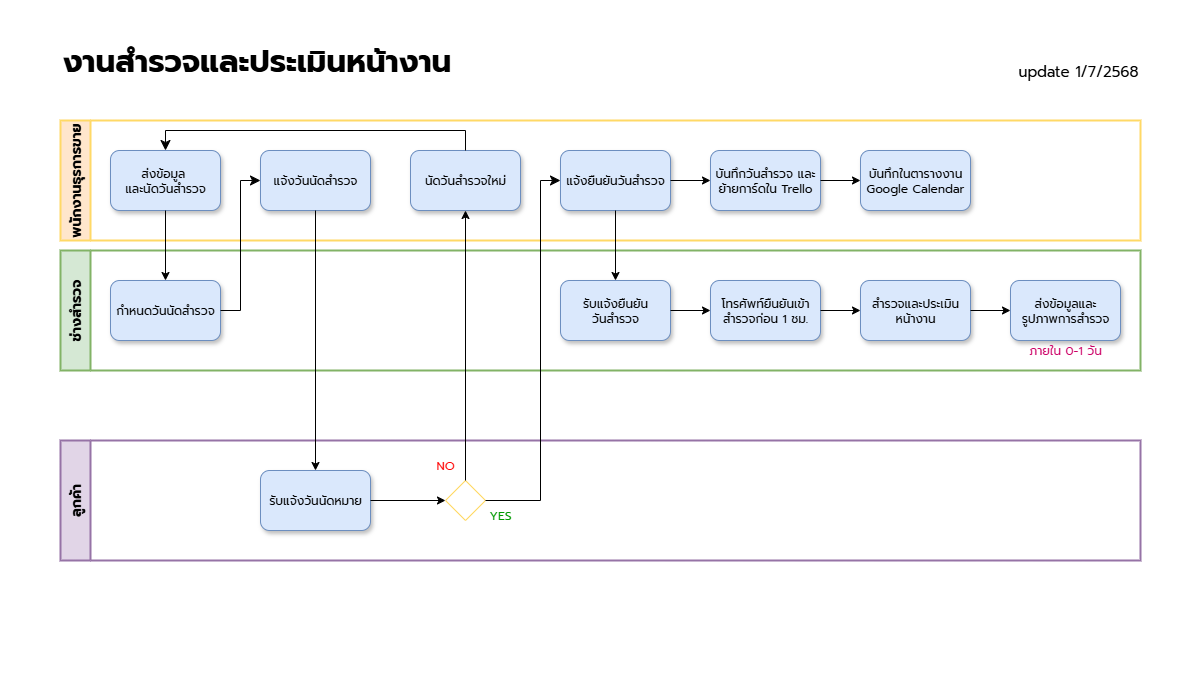
Before: m5-1.png, a diagram exported from draw.io (D-Excel/work-process). Source tidied: cells renumbered, new cells last; positions are measured from the earlier drawing's top-left corner, leaving out a move shared by most shapes.
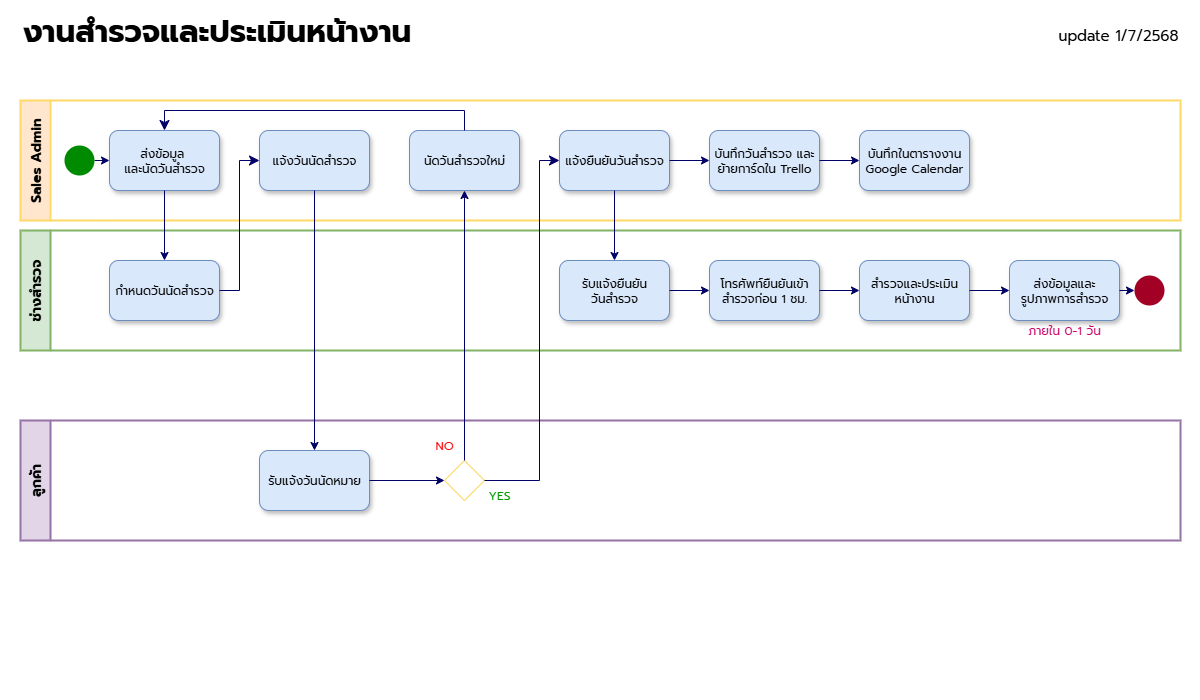
Later version of the same file.

Change to the diagram source:
```diff
@@ -3,113 +3,125 @@
     <mxCell id="0" />
     <mxCell id="1" parent="0" />
     <mxCell id="2" value="งานสำรวจและประเมินหน้างาน" style="text;html=1;align=left;verticalAlign=middle;whiteSpace=wrap;rounded=0;fontFamily=prompt;fontSource=https%3A%2F%2Ffonts.googleapis.com%2Fcss%3Ffamily%3Dprompt;fontSize=31;fontStyle=1;" parent="1" vertex="1">
-      <mxGeometry width="500" height="40" as="geometry" />
+      <mxGeometry y="-10" width="500" height="40" as="geometry" />
     </mxCell>
-    <mxCell id="3" value="&lt;font face=&quot;prompt&quot;&gt;พนักงานธุรการขาย&lt;/font&gt;" style="swimlane;horizontal=0;whiteSpace=wrap;html=1;fillColor=#ffe6cc;strokeColor=#FFD966;fontSize=14;startSize=30;strokeWidth=2;" parent="1" vertex="1">
-      <mxGeometry y="80" width="1080" height="120" as="geometry" />
+    <mxCell id="3" value="&lt;font face=&quot;prompt&quot;&gt;Sales Admin&lt;/font&gt;" style="swimlane;horizontal=0;whiteSpace=wrap;html=1;fillColor=#ffe6cc;strokeColor=#FFD966;fontSize=14;startSize=30;strokeWidth=2;" parent="1" vertex="1">
+      <mxGeometry y="80" width="1160" height="120" as="geometry" />
     </mxCell>
     <mxCell id="4" value="ส่งข้อมูล&amp;nbsp;&lt;div&gt;และนัดวันสำรวจ&lt;/div&gt;" style="rounded=1;whiteSpace=wrap;html=1;fontFamily=prompt;fontSource=https%3A%2F%2Ffonts.googleapis.com%2Fcss%3Ffamily%3Dprompt;fontStyle=0;fillColor=#dae8fc;strokeColor=#6c8ebf;shadow=1;" parent="3" vertex="1">
-      <mxGeometry x="50" y="30" width="110" height="60" as="geometry" />
+      <mxGeometry x="89" y="30" width="110" height="60" as="geometry" />
     </mxCell>
     <mxCell id="5" value="แจ้งวันนัดสำรวจ" style="rounded=1;whiteSpace=wrap;html=1;fontFamily=prompt;fontSource=https%3A%2F%2Ffonts.googleapis.com%2Fcss%3Ffamily%3Dprompt;fontStyle=0;fillColor=#dae8fc;strokeColor=#6c8ebf;shadow=1;" parent="3" vertex="1">
-      <mxGeometry x="200" y="30" width="110" height="60" as="geometry" />
+      <mxGeometry x="239" y="30" width="110" height="60" as="geometry" />
     </mxCell>
     <mxCell id="6" value="นัดวันสำรวจใหม่" style="rounded=1;whiteSpace=wrap;html=1;fontFamily=prompt;fontSource=https%3A%2F%2Ffonts.googleapis.com%2Fcss%3Ffamily%3Dprompt;fontStyle=0;fillColor=#dae8fc;strokeColor=#6c8ebf;shadow=1;" parent="3" vertex="1">
-      <mxGeometry x="350" y="30" width="110" height="60" as="geometry" />
+      <mxGeometry x="389" y="30" width="110" height="60" as="geometry" />
     </mxCell>
     <mxCell id="7" value="แจ้งยืนยันวันสำรวจ" style="rounded=1;whiteSpace=wrap;html=1;fontFamily=prompt;fontSource=https%3A%2F%2Ffonts.googleapis.com%2Fcss%3Ffamily%3Dprompt;fontStyle=0;fillColor=#dae8fc;strokeColor=#6c8ebf;shadow=1;" parent="3" vertex="1">
-      <mxGeometry x="500" y="30" width="110" height="60" as="geometry" />
+      <mxGeometry x="539" y="30" width="110" height="60" as="geometry" />
     </mxCell>
-    <mxCell id="8" style="edgeStyle=elbowEdgeStyle;elbow=horizontal;endArrow=classic;html=1;curved=0;rounded=0;endSize=8;startSize=8;exitX=0.5;exitY=0;exitDx=0;exitDy=0;entryX=0.5;entryY=0;entryDx=0;entryDy=0;" parent="3" edge="1" source="6" target="4">
+    <mxCell id="8" style="edgeStyle=elbowEdgeStyle;elbow=horizontal;endArrow=classic;html=1;curved=0;rounded=0;endSize=8;startSize=8;exitX=0.5;exitY=0;exitDx=0;exitDy=0;entryX=0.5;entryY=0;entryDx=0;entryDy=0;strokeColor=#000066;" parent="3" edge="1" source="6" target="4">
       <mxGeometry relative="1" as="geometry">
         <Array as="points">
-          <mxPoint x="270" y="10" />
+          <mxPoint x="309" y="10" />
         </Array>
       </mxGeometry>
     </mxCell>
     <mxCell id="9" value="บันทึกวันสำรวจ และย้ายการ์ดใน &lt;span&gt;Trello&lt;/span&gt;" style="rounded=1;whiteSpace=wrap;html=1;fontFamily=prompt;fontSource=https%3A%2F%2Ffonts.googleapis.com%2Fcss%3Ffamily%3Dprompt;fontStyle=0;fillColor=#dae8fc;strokeColor=#6c8ebf;shadow=1;" parent="3" vertex="1">
-      <mxGeometry x="650" y="30" width="110" height="60" as="geometry" />
+      <mxGeometry x="689" y="30" width="110" height="60" as="geometry" />
     </mxCell>
-    <mxCell id="10" style="endArrow=classic;html=1;rounded=0;exitX=1;exitY=0.5;exitDx=0;exitDy=0;entryX=0;entryY=0.5;entryDx=0;entryDy=0;" parent="3" edge="1" source="7" target="9">
+    <mxCell id="10" style="endArrow=classic;html=1;rounded=0;exitX=1;exitY=0.5;exitDx=0;exitDy=0;entryX=0;entryY=0.5;entryDx=0;entryDy=0;strokeColor=#000066;" parent="3" edge="1" source="7" target="9">
       <mxGeometry relative="1" as="geometry" />
     </mxCell>
     <mxCell id="11" value="บันทึกในตารางงาน Google Calendar" style="rounded=1;whiteSpace=wrap;html=1;fontFamily=prompt;fontSource=https%3A%2F%2Ffonts.googleapis.com%2Fcss%3Ffamily%3Dprompt;fontStyle=0;fillColor=#dae8fc;strokeColor=#6c8ebf;shadow=1;" parent="3" vertex="1">
-      <mxGeometry x="800" y="30" width="110" height="60" as="geometry" />
+      <mxGeometry x="839" y="30" width="110" height="60" as="geometry" />
     </mxCell>
-    <mxCell id="12" style="endArrow=classic;html=1;rounded=0;entryX=0;entryY=0.5;entryDx=0;entryDy=0;exitX=1;exitY=0.5;exitDx=0;exitDy=0;" parent="3" edge="1" source="9" target="11">
+    <mxCell id="12" style="endArrow=classic;html=1;rounded=0;entryX=0;entryY=0.5;entryDx=0;entryDy=0;exitX=1;exitY=0.5;exitDx=0;exitDy=0;strokeColor=#000066;" parent="3" edge="1" source="9" target="11">
       <mxGeometry relative="1" as="geometry" />
     </mxCell>
+    <mxCell id="36" style="ellipse;whiteSpace=wrap;html=1;fillColor=#008a00;fontColor=#ffffff;strokeColor=none;" parent="3" vertex="1">
+      <mxGeometry x="44" y="45" width="30" height="30" as="geometry" />
+    </mxCell>
+    <mxCell id="37" style="endArrow=classic;html=1;rounded=0;exitX=1;exitY=0.5;exitDx=0;exitDy=0;entryX=0;entryY=0.5;entryDx=0;entryDy=0;strokeColor=#000066;" parent="3" edge="1" source="36" target="4">
+      <mxGeometry relative="1" as="geometry" />
+    </mxCell>
     <mxCell id="13" value="&lt;font face=&quot;prompt&quot;&gt;ช่างสำรวจ&lt;/font&gt;" style="swimlane;horizontal=0;whiteSpace=wrap;html=1;fillColor=#d5e8d4;strokeColor=#82b366;fontSize=14;startSize=30;strokeWidth=2;" parent="1" vertex="1">
-      <mxGeometry y="210" width="1080" height="120" as="geometry" />
+      <mxGeometry y="210" width="1160" height="120" as="geometry" />
     </mxCell>
     <mxCell id="14" value="กำหนดวันนัดสำรวจ" style="rounded=1;whiteSpace=wrap;html=1;fontFamily=prompt;fontSource=https%3A%2F%2Ffonts.googleapis.com%2Fcss%3Ffamily%3Dprompt;fontStyle=0;fillColor=#dae8fc;strokeColor=#6c8ebf;shadow=1;" parent="13" vertex="1">
-      <mxGeometry x="50" y="30" width="110" height="60" as="geometry" />
+      <mxGeometry x="89" y="30" width="110" height="60" as="geometry" />
     </mxCell>
     <mxCell id="15" value="รับแจ้งยืนยัน&lt;div&gt;วันสำรวจ&lt;/div&gt;" style="rounded=1;whiteSpace=wrap;html=1;fontFamily=prompt;fontSource=https%3A%2F%2Ffonts.googleapis.com%2Fcss%3Ffamily%3Dprompt;fontStyle=0;fillColor=#dae8fc;strokeColor=#6c8ebf;shadow=1;" parent="13" vertex="1">
-      <mxGeometry x="500" y="30" width="110" height="60" as="geometry" />
+      <mxGeometry x="539" y="30" width="110" height="60" as="geometry" />
     </mxCell>
     <mxCell id="16" value="โทรศัพท์ยืนยันเข้าสำรวจก่อน 1 ชม." style="rounded=1;whiteSpace=wrap;html=1;fontFamily=prompt;fontSource=https%3A%2F%2Ffonts.googleapis.com%2Fcss%3Ffamily%3Dprompt;fontStyle=0;fillColor=#dae8fc;strokeColor=#6c8ebf;shadow=1;" parent="13" vertex="1">
-      <mxGeometry x="650" y="30" width="110" height="60" as="geometry" />
+      <mxGeometry x="689" y="30" width="110" height="60" as="geometry" />
     </mxCell>
-    <mxCell id="17" style="endArrow=classic;html=1;rounded=0;entryX=0;entryY=0.5;entryDx=0;entryDy=0;exitX=1;exitY=0.5;exitDx=0;exitDy=0;" parent="13" edge="1" source="15" target="16">
+    <mxCell id="17" style="endArrow=classic;html=1;rounded=0;entryX=0;entryY=0.5;entryDx=0;entryDy=0;exitX=1;exitY=0.5;exitDx=0;exitDy=0;strokeColor=#000066;" parent="13" edge="1" source="15" target="16">
       <mxGeometry relative="1" as="geometry" />
     </mxCell>
     <mxCell id="18" value="สำรวจและประเมิน&lt;div&gt;หน้างาน&lt;/div&gt;" style="rounded=1;whiteSpace=wrap;html=1;fontFamily=prompt;fontSource=https%3A%2F%2Ffonts.googleapis.com%2Fcss%3Ffamily%3Dprompt;fontStyle=0;fillColor=#dae8fc;strokeColor=#6c8ebf;shadow=1;" parent="13" vertex="1">
-      <mxGeometry x="800" y="30" width="110" height="60" as="geometry" />
+      <mxGeometry x="839" y="30" width="110" height="60" as="geometry" />
     </mxCell>
     <mxCell id="19" value="ส่งข้อมูลและ&lt;div&gt;รูปภาพการสำรวจ&lt;/div&gt;" style="rounded=1;whiteSpace=wrap;html=1;fontFamily=prompt;fontSource=https%3A%2F%2Ffonts.googleapis.com%2Fcss%3Ffamily%3Dprompt;fontStyle=0;fillColor=#dae8fc;strokeColor=#6c8ebf;shadow=1;" parent="13" vertex="1">
-      <mxGeometry x="950" y="30" width="110" height="60" as="geometry" />
+      <mxGeometry x="989" y="30" width="110" height="60" as="geometry" />
     </mxCell>
-    <mxCell id="20" style="endArrow=classic;html=1;rounded=0;entryX=0;entryY=0.5;entryDx=0;entryDy=0;exitX=1;exitY=0.5;exitDx=0;exitDy=0;" parent="13" edge="1" source="16" target="18">
+    <mxCell id="20" style="endArrow=classic;html=1;rounded=0;entryX=0;entryY=0.5;entryDx=0;entryDy=0;exitX=1;exitY=0.5;exitDx=0;exitDy=0;strokeColor=#000066;" parent="13" edge="1" source="16" target="18">
       <mxGeometry relative="1" as="geometry" />
     </mxCell>
-    <mxCell id="21" style="endArrow=classic;html=1;rounded=0;entryX=0;entryY=0.5;entryDx=0;entryDy=0;exitX=1;exitY=0.5;exitDx=0;exitDy=0;" parent="13" edge="1" source="18" target="19">
+    <mxCell id="21" style="endArrow=classic;html=1;rounded=0;entryX=0;entryY=0.5;entryDx=0;entryDy=0;exitX=1;exitY=0.5;exitDx=0;exitDy=0;strokeColor=#000066;" parent="13" edge="1" source="18" target="19">
       <mxGeometry relative="1" as="geometry" />
     </mxCell>
     <mxCell id="22" value="ภายใน 0-1 วัน" style="text;html=1;align=center;verticalAlign=middle;whiteSpace=wrap;rounded=0;fontFamily=prompt;fontSource=https%3A%2F%2Ffonts.googleapis.com%2Fcss%3Ffamily%3Dprompt;fontSize=12;fontStyle=0;fontColor=#CC0066;" parent="13" vertex="1">
-      <mxGeometry x="950" y="80" width="110" height="40" as="geometry" />
+      <mxGeometry x="989" y="80" width="110" height="40" as="geometry" />
     </mxCell>
+    <mxCell id="38" style="ellipse;whiteSpace=wrap;html=1;fillColor=#a20025;fontColor=#ffffff;strokeColor=none;" parent="13" vertex="1">
+      <mxGeometry x="1114" y="45" width="30" height="30" as="geometry" />
+    </mxCell>
+    <mxCell id="39" style="endArrow=classic;html=1;rounded=0;entryX=0;entryY=0.5;entryDx=0;entryDy=0;exitX=1;exitY=0.5;exitDx=0;exitDy=0;strokeColor=#000066;" parent="13" edge="1" source="19" target="38">
+      <mxGeometry relative="1" as="geometry" />
+    </mxCell>
     <mxCell id="23" value="&lt;font face=&quot;prompt&quot;&gt;ลูกค้า&lt;/font&gt;" style="swimlane;horizontal=0;whiteSpace=wrap;html=1;fillColor=#e1d5e7;strokeColor=#9673a6;fontSize=14;startSize=30;strokeWidth=2;" parent="1" vertex="1">
-      <mxGeometry y="400" width="1080" height="120" as="geometry" />
+      <mxGeometry y="400" width="1160" height="120" as="geometry" />
     </mxCell>
     <mxCell id="24" value="รับแจ้งวันนัดหมาย" style="rounded=1;whiteSpace=wrap;html=1;fontFamily=prompt;fontSource=https%3A%2F%2Ffonts.googleapis.com%2Fcss%3Ffamily%3Dprompt;fontStyle=0;fillColor=#dae8fc;strokeColor=#6c8ebf;shadow=1;" parent="23" vertex="1">
-      <mxGeometry x="200" y="30" width="110" height="60" as="geometry" />
+      <mxGeometry x="239" y="30" width="110" height="60" as="geometry" />
     </mxCell>
     <mxCell id="25" style="rhombus;whiteSpace=wrap;html=1;fillColor=none;strokeColor=#FFD966;" parent="23" vertex="1">
-      <mxGeometry x="385" y="40" width="40" height="40" as="geometry" />
+      <mxGeometry x="424" y="40" width="40" height="40" as="geometry" />
     </mxCell>
-    <mxCell id="26" style="endArrow=classic;html=1;rounded=0;exitX=1;exitY=0.5;exitDx=0;exitDy=0;entryX=0;entryY=0.5;entryDx=0;entryDy=0;" parent="23" edge="1" source="24" target="25">
+    <mxCell id="26" style="endArrow=classic;html=1;rounded=0;exitX=1;exitY=0.5;exitDx=0;exitDy=0;entryX=0;entryY=0.5;entryDx=0;entryDy=0;strokeColor=#000066;" parent="23" edge="1" source="24" target="25">
       <mxGeometry relative="1" as="geometry" />
     </mxCell>
     <mxCell id="27" value="NO" style="text;html=1;align=center;verticalAlign=middle;whiteSpace=wrap;rounded=0;fontFamily=prompt;fontSource=https%3A%2F%2Ffonts.googleapis.com%2Fcss%3Ffamily%3Dprompt;fontColor=#FF0000;" parent="23" vertex="1">
-      <mxGeometry x="370" y="10" width="30" height="30" as="geometry" />
+      <mxGeometry x="409" y="10" width="30" height="30" as="geometry" />
     </mxCell>
     <mxCell id="28" value="&lt;font style=&quot;&quot;&gt;YES&lt;/font&gt;" style="text;html=1;align=center;verticalAlign=middle;whiteSpace=wrap;rounded=0;fontFamily=prompt;fontSource=https%3A%2F%2Ffonts.googleapis.com%2Fcss%3Ffamily%3Dprompt;fontColor=#009900;" parent="23" vertex="1">
-      <mxGeometry x="425" y="60" width="30" height="30" as="geometry" />
+      <mxGeometry x="464" y="60" width="30" height="30" as="geometry" />
     </mxCell>
-    <mxCell id="29" style="endArrow=classic;html=1;rounded=0;exitX=0.5;exitY=1;exitDx=0;exitDy=0;" parent="1" edge="1" source="4" target="14">
+    <mxCell id="29" style="endArrow=classic;html=1;rounded=0;exitX=0.5;exitY=1;exitDx=0;exitDy=0;strokeColor=#000066;" parent="1" edge="1" source="4" target="14">
       <mxGeometry relative="1" as="geometry" />
     </mxCell>
-    <mxCell id="30" style="edgeStyle=elbowEdgeStyle;elbow=horizontal;endArrow=classic;html=1;curved=0;rounded=0;endSize=8;startSize=8;exitX=1;exitY=0.5;exitDx=0;exitDy=0;entryX=0;entryY=0.5;entryDx=0;entryDy=0;" parent="1" edge="1" source="14" target="5">
+    <mxCell id="30" style="edgeStyle=elbowEdgeStyle;elbow=horizontal;endArrow=classic;html=1;curved=0;rounded=0;endSize=8;startSize=8;exitX=1;exitY=0.5;exitDx=0;exitDy=0;entryX=0;entryY=0.5;entryDx=0;entryDy=0;strokeColor=#000066;" parent="1" edge="1" source="14" target="5">
       <mxGeometry relative="1" as="geometry" />
     </mxCell>
-    <mxCell id="31" style="endArrow=classic;html=1;rounded=0;exitX=0.5;exitY=1;exitDx=0;exitDy=0;entryX=0.5;entryY=0;entryDx=0;entryDy=0;" parent="1" edge="1" source="5" target="24">
+    <mxCell id="31" style="endArrow=classic;html=1;rounded=0;exitX=0.5;exitY=1;exitDx=0;exitDy=0;entryX=0.5;entryY=0;entryDx=0;entryDy=0;strokeColor=#000066;" parent="1" edge="1" source="5" target="24">
       <mxGeometry relative="1" as="geometry" />
     </mxCell>
-    <mxCell id="32" style="endArrow=classic;html=1;rounded=0;exitX=0.5;exitY=0;exitDx=0;exitDy=0;entryX=0.5;entryY=1;entryDx=0;entryDy=0;" parent="1" edge="1" source="25" target="6">
+    <mxCell id="32" style="endArrow=classic;html=1;rounded=0;exitX=0.5;exitY=0;exitDx=0;exitDy=0;entryX=0.5;entryY=1;entryDx=0;entryDy=0;strokeColor=#000066;" parent="1" edge="1" source="25" target="6">
       <mxGeometry relative="1" as="geometry" />
     </mxCell>
-    <mxCell id="33" style="endArrow=classic;html=1;rounded=0;entryX=0.5;entryY=0;entryDx=0;entryDy=0;exitX=0.5;exitY=1;exitDx=0;exitDy=0;" parent="1" edge="1" source="7" target="15">
+    <mxCell id="33" style="endArrow=classic;html=1;rounded=0;entryX=0.5;entryY=0;entryDx=0;entryDy=0;exitX=0.5;exitY=1;exitDx=0;exitDy=0;strokeColor=#000066;" parent="1" edge="1" source="7" target="15">
       <mxGeometry relative="1" as="geometry" />
     </mxCell>
     <mxCell id="34" value="update 1/7/2568" style="text;html=1;align=right;verticalAlign=middle;whiteSpace=wrap;rounded=0;fontFamily=prompt;fontSource=https%3A%2F%2Ffonts.googleapis.com%2Fcss%3Ffamily%3Dprompt;fontSize=15;fontStyle=0;" parent="1" vertex="1">
-      <mxGeometry x="820" y="10" width="260" height="40" as="geometry" />
+      <mxGeometry x="900" y="-6" width="260" height="40" as="geometry" />
     </mxCell>
-    <mxCell id="35" style="edgeStyle=elbowEdgeStyle;elbow=horizontal;endArrow=classic;html=1;curved=0;rounded=0;endSize=8;startSize=8;exitX=1;exitY=0.5;exitDx=0;exitDy=0;" parent="1" edge="1" source="25" target="7">
+    <mxCell id="35" style="edgeStyle=elbowEdgeStyle;elbow=horizontal;endArrow=classic;html=1;curved=0;rounded=0;endSize=8;startSize=8;exitX=1;exitY=0.5;exitDx=0;exitDy=0;strokeColor=#000066;" parent="1" edge="1" source="25" target="7">
       <mxGeometry relative="1" as="geometry">
         <Array as="points">
-          <mxPoint x="480" y="300" />
-          <mxPoint x="515" y="300" />
+          <mxPoint x="519" y="300" />
+          <mxPoint x="554" y="300" />
         </Array>
       </mxGeometry>
     </mxCell>
```
